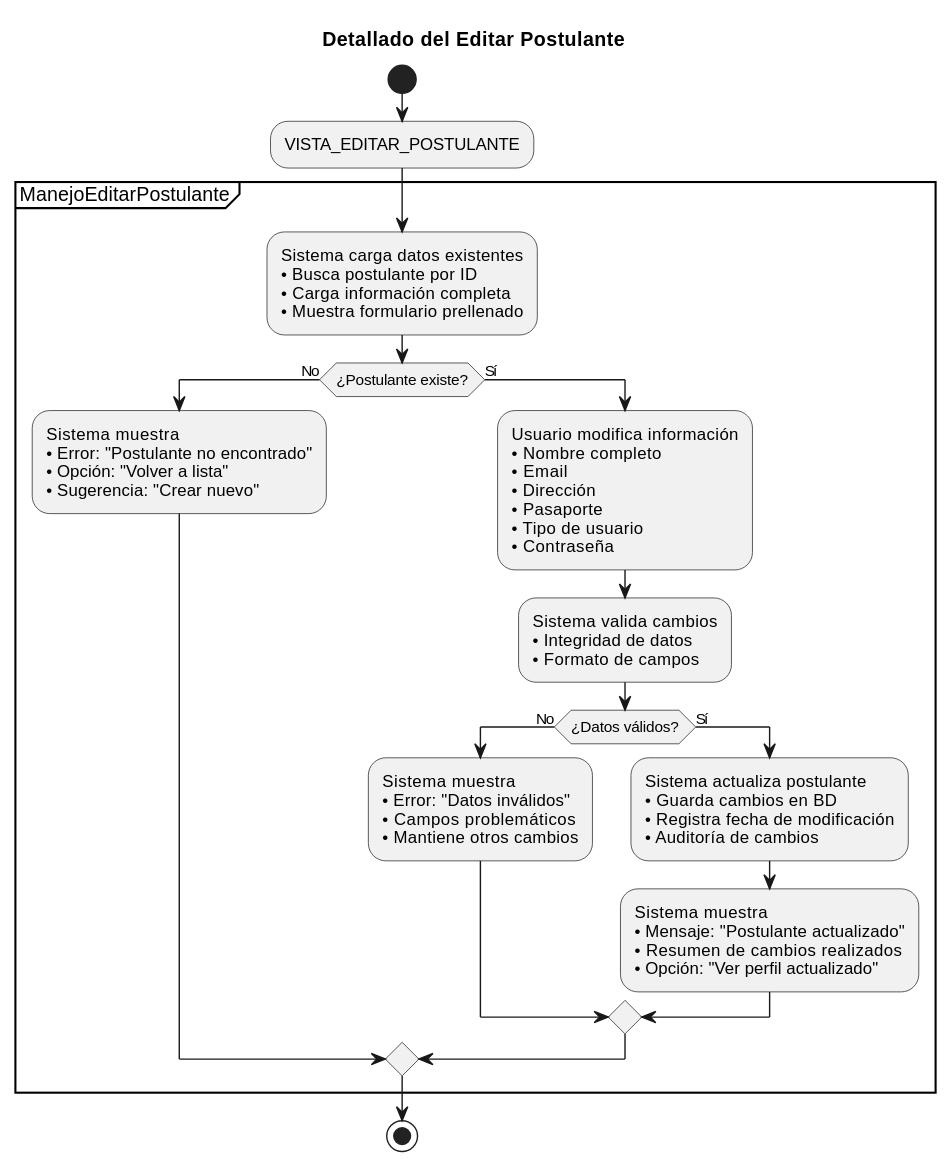
Earlier version of the PlantUML export documentos/imagenes/casos_de_uso/diagramas_casos_de_uso_detallados/editar_postulante.svg (Dievex/24-25-IdSw1-SDR).
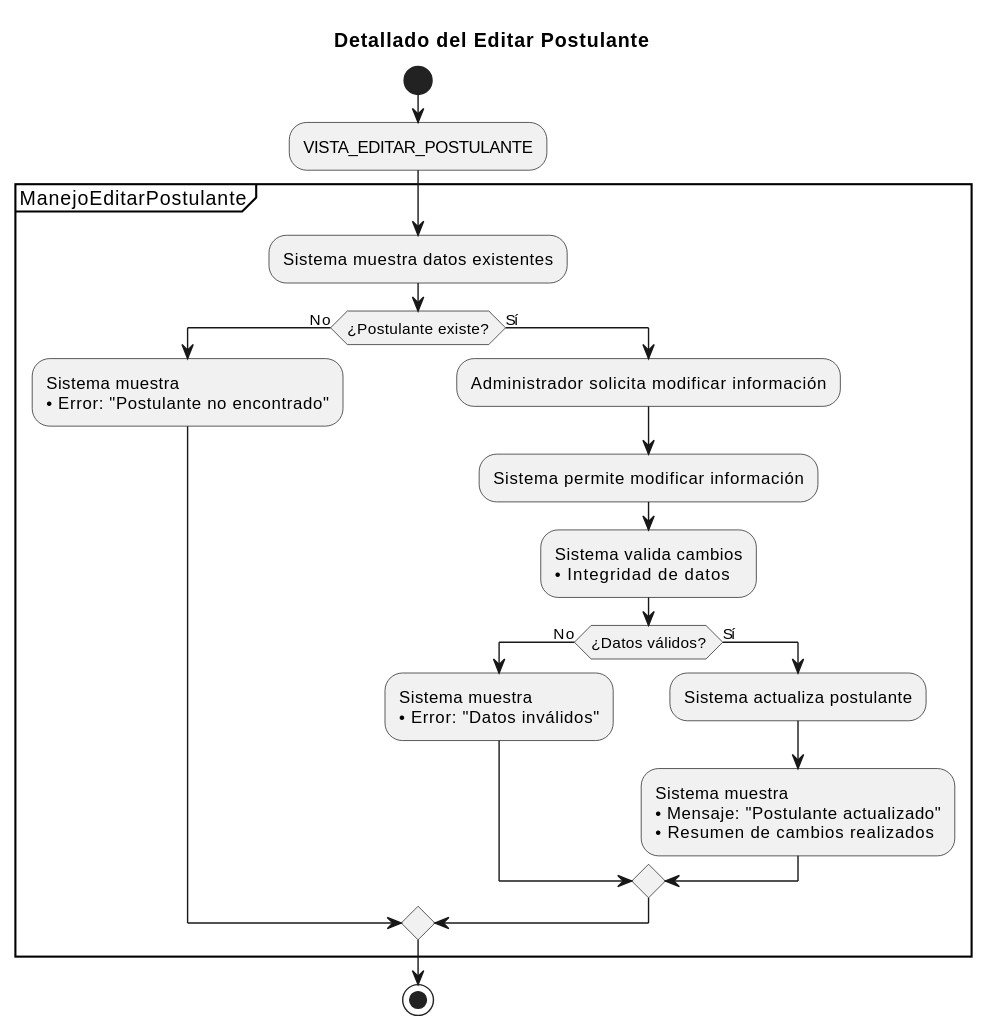
The same file after the commit.

Diff of the diagram source:
```diff
@@ -7,49 +7,30 @@
 
 partition ManejoEditarPostulante {
 
-  :Sistema carga datos existentes
-  • Busca postulante por ID
-  • Carga información completa
-  • Muestra formulario prellenado;
+  :Sistema muestra datos existentes;
 
   if (¿Postulante existe?) then (No)
     :Sistema muestra
-    • Error: "Postulante no encontrado"
-    • Opción: "Volver a lista"
-    • Sugerencia: "Crear nuevo";
+    • Error: "Postulante no encontrado";
 
   else (Sí)
-    :Usuario modifica información
-    • Nombre completo
-    • Email
-    • Dirección
-    • Pasaporte
-    • Tipo de usuario
-    • Contraseña;
+    :Administrador solicita modificar información;
+
+    :Sistema permite modificar información;
 
     :Sistema valida cambios
-    • Integridad de datos
-    • Formato de campos;
+    • Integridad de datos;
 
     if (¿Datos válidos?) then (No)
       :Sistema muestra
-      • Error: "Datos inválidos"
-      • Campos problemáticos
-      • Mantiene otros cambios;
+      • Error: "Datos inválidos";
 
     else (Sí)
-
-
-        :Sistema actualiza postulante
-        • Guarda cambios en BD
-        • Registra fecha de modificación
-        • Auditoría de cambios;
+        :Sistema actualiza postulante;
 
         :Sistema muestra
         • Mensaje: "Postulante actualizado"
-        • Resumen de cambios realizados
-        • Opción: "Ver perfil actualizado";
-
+        • Resumen de cambios realizados;
 
 
     endif
```
